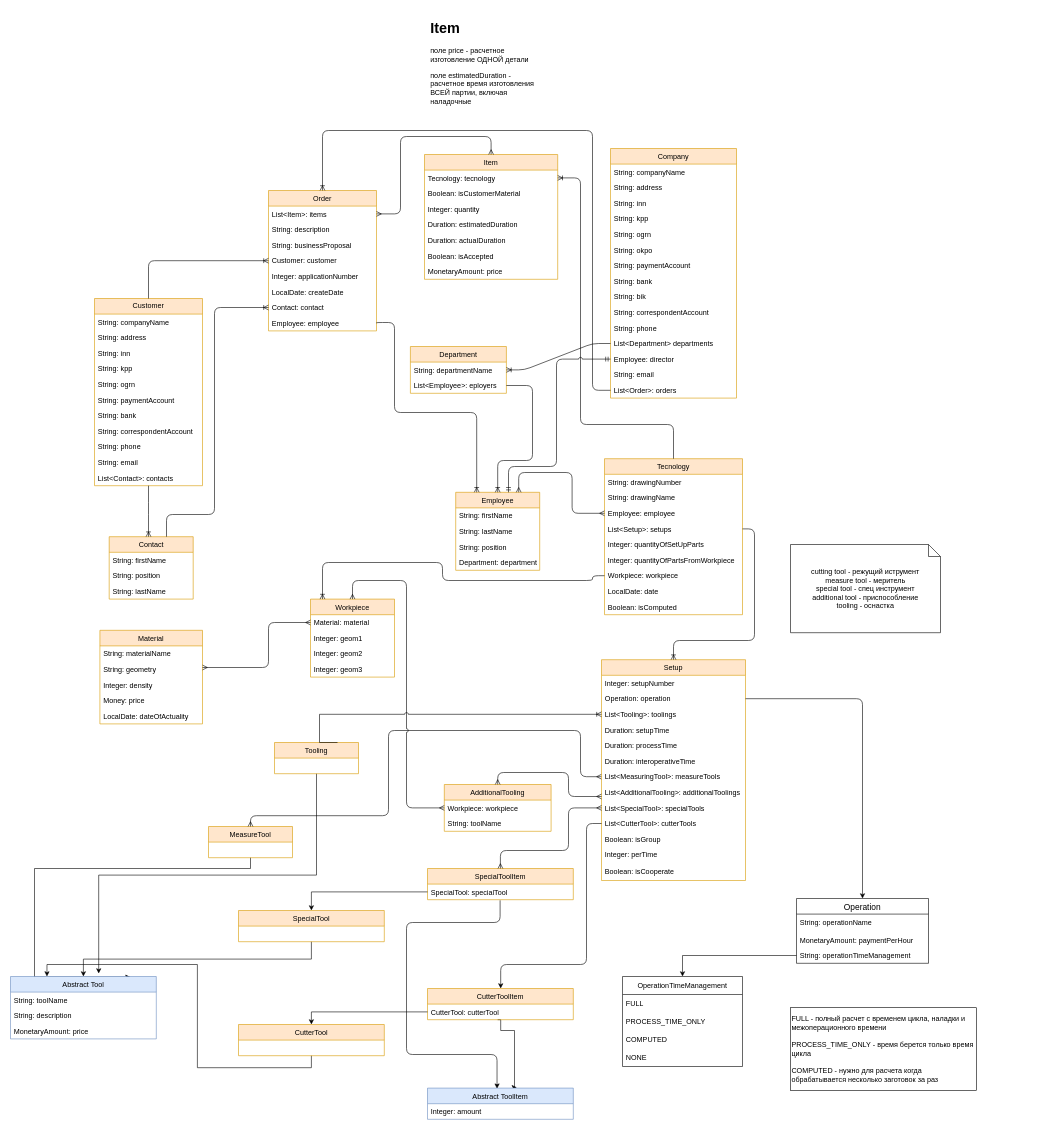
The draw.io diagram erp.drawio in Shaman58/sfsb, before the edit. Source tidied: cells renumbered, new cells numbered last; positions are measured from the earlier drawing's top-left corner, leaving out a move shared by most shapes. Both pictures are drawn from the tidied source at 60%, with x=0, y=0 at pixel (10, 16).
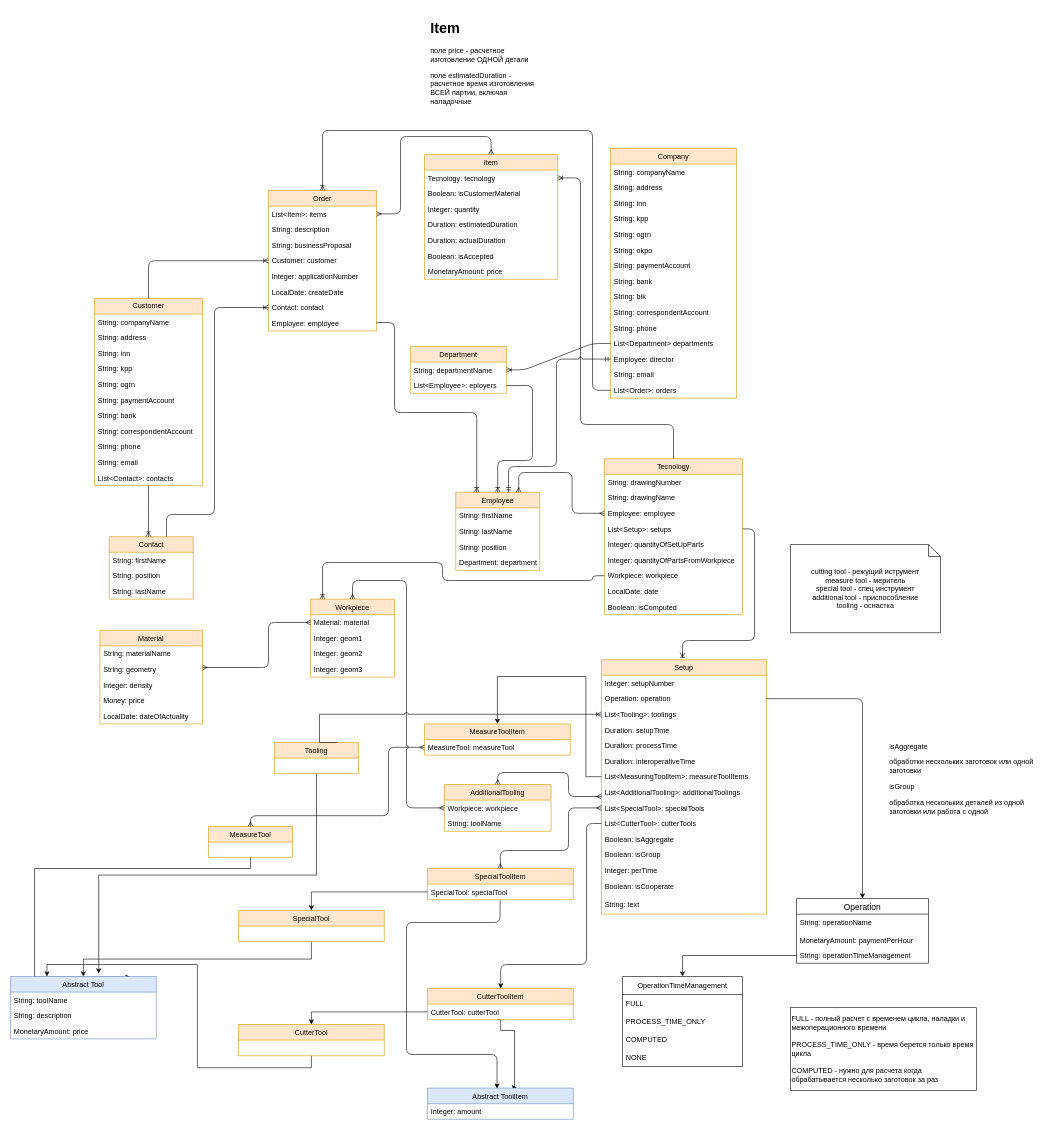
Above is the later version.

The change refers to these unchanged cells:
```xml
<mxCell id="24" value="List&lt;Setup&gt;: setups" style="text;strokeColor=none;fillColor=none;align=left;verticalAlign=top;spacingLeft=4;spacingRight=4;overflow=hidden;points=[[0,0.5],[1,0.5]];portConstraint=eastwest;" parent="20" vertex="1">
  <mxGeometry y="104" width="230" height="26" as="geometry" />
</mxCell>
<mxCell id="66" value="MeasureTool" style="swimlane;fontStyle=0;horizontal=1;startSize=26;fillColor=#ffe6cc;fontSize=12;strokeColor=#d79b00;" parent="1" vertex="1">
  <mxGeometry x="330" y="1350" width="140" height="52" as="geometry" />
</mxCell>
```

Change to the diagram source:
```diff
@@
-    <mxCell id="67" style="edgeStyle=orthogonalEdgeStyle;fontSize=12;html=1;endArrow=ERmany;startArrow=ERmany;shadow=0;strokeColor=#000000;" parent="1" edge="1" source="81" target="66">
+    <mxCell id="67" style="edgeStyle=orthogonalEdgeStyle;fontSize=12;html=1;endArrow=ERmany;startArrow=ERmany;shadow=0;strokeColor=#000000;exitX=0;exitY=0.5;exitDx=0;exitDy=0;" parent="1" edge="1" source="156" target="66">
       <mxGeometry relative="1" as="geometry">
         <Array as="points">
-          <mxPoint x="950" y="1267" />
-          <mxPoint x="950" y="1190" />
-          <mxPoint x="630" y="1190" />
+          <mxPoint x="630" y="1218" />
           <mxPoint x="630" y="1332" />
+          <mxPoint x="400" y="1332" />
         </Array>
       </mxGeometry>
     </mxCell>
@@
     <mxCell id="74" value="Setup" style="swimlane;fontStyle=0;horizontal=1;startSize=26;fillColor=#ffe6cc;fontSize=12;strokeColor=#d79b00;" parent="1" vertex="1">
-      <mxGeometry x="985" y="1072" width="240" height="368" as="geometry" />
+      <mxGeometry x="985" y="1072" width="275" height="424" as="geometry" />
     </mxCell>
     <mxCell id="75" value="Integer: setupNumber" style="text;strokeColor=none;fillColor=none;align=left;verticalAlign=top;spacingLeft=4;spacingRight=4;overflow=hidden;glass=0;" parent="74" vertex="1">
-      <mxGeometry y="26" width="240" height="26" as="geometry" />
+      <mxGeometry y="26" width="275" height="26" as="geometry" />
     </mxCell>
     <mxCell id="76" value="Operation: operation" style="text;strokeColor=none;fillColor=none;align=left;verticalAlign=top;spacingLeft=4;spacingRight=4;overflow=hidden;points=[[0,0.5],[1,0.5]];portConstraint=eastwest;" parent="74" vertex="1">
-      <mxGeometry y="52" width="240" height="26" as="geometry" />
+      <mxGeometry y="52" width="275" height="26" as="geometry" />
     </mxCell>
     <mxCell id="77" value="List&lt;Tooling&gt;: toolings" style="text;strokeColor=none;fillColor=none;align=left;verticalAlign=top;spacingLeft=4;spacingRight=4;overflow=hidden;points=[[0,0.5],[1,0.5]];portConstraint=eastwest;" parent="74" vertex="1">
-      <mxGeometry y="78" width="240" height="26" as="geometry" />
+      <mxGeometry y="78" width="275" height="26" as="geometry" />
     </mxCell>
     <mxCell id="78" value="Duration: setupTime" style="text;strokeColor=none;fillColor=none;align=left;verticalAlign=top;spacingLeft=4;spacingRight=4;overflow=hidden;" parent="74" vertex="1">
-      <mxGeometry y="104" width="240" height="26" as="geometry" />
+      <mxGeometry y="104" width="275" height="26" as="geometry" />
     </mxCell>
     <mxCell id="79" value="Duration: processTime" style="text;strokeColor=none;fillColor=none;align=left;verticalAlign=top;spacingLeft=4;spacingRight=4;overflow=hidden;" parent="74" vertex="1">
-      <mxGeometry y="130" width="240" height="26" as="geometry" />
+      <mxGeometry y="130" width="275" height="26" as="geometry" />
     </mxCell>
     <mxCell id="80" value="Duration: interoperativeTime" style="text;strokeColor=none;fillColor=none;align=left;verticalAlign=top;spacingLeft=4;spacingRight=4;overflow=hidden;" parent="74" vertex="1">
-      <mxGeometry y="156" width="240" height="26" as="geometry" />
+      <mxGeometry y="156" width="275" height="26" as="geometry" />
     </mxCell>
-    <mxCell id="81" value="List&lt;MeasuringTool&gt;: measureTools" style="text;strokeColor=none;fillColor=none;align=left;verticalAlign=top;spacingLeft=4;spacingRight=4;overflow=hidden;points=[[0,0.5],[1,0.5]];portConstraint=eastwest;glass=0;" parent="74" vertex="1">
-      <mxGeometry y="182" width="240" height="26" as="geometry" />
+    <mxCell id="81" value="List&lt;MeasuringToolItem&gt;: measureToolItems" style="text;strokeColor=none;fillColor=none;align=left;verticalAlign=top;spacingLeft=4;spacingRight=4;overflow=hidden;points=[[0,0.5],[1,0.5]];portConstraint=eastwest;glass=0;" parent="74" vertex="1">
+      <mxGeometry y="182" width="275" height="26" as="geometry" />
     </mxCell>
     <mxCell id="82" value="List&lt;AdditionalTooling&gt;: additionalToolings" style="text;strokeColor=none;fillColor=none;align=left;verticalAlign=top;spacingLeft=4;spacingRight=4;overflow=hidden;points=[[0,0.5],[1,0.5]];portConstraint=eastwest;" parent="74" vertex="1">
-      <mxGeometry y="208" width="240" height="26" as="geometry" />
+      <mxGeometry y="208" width="275" height="26" as="geometry" />
     </mxCell>
     <mxCell id="83" value="List&lt;SpecialTool&gt;: specialTools" style="text;strokeColor=none;fillColor=none;align=left;verticalAlign=top;spacingLeft=4;spacingRight=4;overflow=hidden;points=[[0,0.5],[1,0.5]];portConstraint=eastwest;" parent="74" vertex="1">
-      <mxGeometry y="234" width="240" height="26" as="geometry" />
+      <mxGeometry y="234" width="275" height="26" as="geometry" />
     </mxCell>
     <mxCell id="84" value="List&lt;CutterTool&gt;: cutterTools" style="text;strokeColor=none;fillColor=none;align=left;verticalAlign=top;spacingLeft=4;spacingRight=4;overflow=hidden;points=[[0,0.5],[1,0.5]];portConstraint=eastwest;" parent="74" vertex="1">
-      <mxGeometry y="260" width="240" height="26" as="geometry" />
+      <mxGeometry y="260" width="275" height="26" as="geometry" />
     </mxCell>
-    <mxCell id="85" value="Boolean: isGroup" style="text;strokeColor=none;fillColor=none;align=left;verticalAlign=top;spacingLeft=4;spacingRight=4;overflow=hidden;" parent="74" vertex="1">
-      <mxGeometry y="286" width="240" height="26" as="geometry" />
+    <mxCell id="85" value="Boolean: isAggregate" style="text;strokeColor=none;fillColor=none;align=left;verticalAlign=top;spacingLeft=4;spacingRight=4;overflow=hidden;" parent="74" vertex="1">
+      <mxGeometry y="286" width="275" height="26" as="geometry" />
     </mxCell>
+    <mxCell id="153" value="Boolean: isGroup" style="text;strokeColor=none;fillColor=none;align=left;verticalAlign=top;spacingLeft=4;spacingRight=4;overflow=hidden;" parent="74" vertex="1">
+      <mxGeometry y="312" width="275" height="26" as="geometry" />
+    </mxCell>
     <mxCell id="86" value="Integer: perTime" style="text;strokeColor=none;fillColor=none;align=left;verticalAlign=top;spacingLeft=4;spacingRight=4;overflow=hidden;" parent="74" vertex="1">
-      <mxGeometry y="312" width="240" height="26" as="geometry" />
+      <mxGeometry y="338" width="275" height="26" as="geometry" />
     </mxCell>
     <mxCell id="87" value="Boolean: isCooperate" style="text;strokeColor=none;fillColor=none;align=left;verticalAlign=middle;spacingLeft=4;spacingRight=4;overflow=hidden;whiteSpace=wrap;html=1;" parent="74" vertex="1">
-      <mxGeometry y="338" width="240" height="30" as="geometry" />
+      <mxGeometry y="364" width="275" height="30" as="geometry" />
     </mxCell>
+    <mxCell id="154" value="String: text" style="text;strokeColor=none;fillColor=none;align=left;verticalAlign=middle;spacingLeft=4;spacingRight=4;overflow=hidden;whiteSpace=wrap;html=1;" parent="74" vertex="1">
+      <mxGeometry y="394" width="275" height="30" as="geometry" />
+    </mxCell>
@@
-    <mxCell id="89" style="edgeStyle=orthogonalEdgeStyle;fontSize=12;html=1;endArrow=ERoneToMany;shadow=0;strokeColor=#000000;entryX=0.5;entryY=0;entryDx=0;entryDy=0;" parent="1" edge="1" source="24" target="74">
+    <mxCell id="89" style="edgeStyle=orthogonalEdgeStyle;fontSize=12;html=1;endArrow=ERoneToMany;shadow=0;strokeColor=#000000;" parent="1" edge="1" source="24">
       <mxGeometry relative="1" as="geometry">
+        <mxPoint x="1120" y="1060" as="targetPoint" />
         <Array as="points">
           <mxPoint x="1240" y="854" />
           <mxPoint x="1240" y="1040" />
-          <mxPoint x="1105" y="1040" />
+          <mxPoint x="1120" y="1040" />
+          <mxPoint x="1120" y="1072" />
         </Array>
       </mxGeometry>
     </mxCell>
@@
+    <mxCell id="155" value="MeasureToolItem" style="swimlane;fontStyle=0;horizontal=1;startSize=26;fillColor=#ffe6cc;fontSize=12;strokeColor=#d79b00;" parent="1" vertex="1">
+      <mxGeometry x="690" y="1179" width="243" height="52" as="geometry" />
+    </mxCell>
+    <mxCell id="156" value="MeasureTool: measureTool" style="text;strokeColor=none;fillColor=none;align=left;verticalAlign=top;spacingLeft=4;spacingRight=4;overflow=hidden;points=[[0,0.5],[1,0.5]];portConstraint=eastwest;" parent="155" vertex="1">
+      <mxGeometry y="26" width="243" height="26" as="geometry" />
+    </mxCell>
+    <mxCell id="157" style="edgeStyle=orthogonalEdgeStyle;rounded=0;jettySize=auto;html=1;exitX=0;exitY=0.5;exitDx=0;exitDy=0;entryX=0.5;entryY=0;entryDx=0;entryDy=0;" parent="1" edge="1" source="81" target="155">
+      <mxGeometry relative="1" as="geometry">
+        <Array as="points">
+          <mxPoint x="959" y="1267" />
+          <mxPoint x="959" y="1100" />
+          <mxPoint x="812" y="1100" />
+        </Array>
+      </mxGeometry>
+    </mxCell>
+    <mxCell id="158" value="&lt;font style=&quot;font-size: 12px;&quot;&gt;isAggregate&lt;/font&gt;&lt;p&gt;&lt;font style=&quot;font-weight: normal; font-size: 12px;&quot;&gt;обработки нескольких заготовок или одной заготовки&lt;/font&gt;&lt;/p&gt;&lt;p&gt;isGroup&amp;nbsp;&lt;br&gt;&lt;/p&gt;&lt;p&gt;обработка нескольких деталей из одной заготовки или работа с одной&lt;/p&gt;" style="text;html=1;strokeColor=none;fillColor=none;spacing=5;spacingTop=-20;whiteSpace=wrap;overflow=hidden;rounded=0;" parent="1" vertex="1">
+      <mxGeometry x="1460" y="1220" width="250" height="140" as="geometry" />
+    </mxCell>
```
